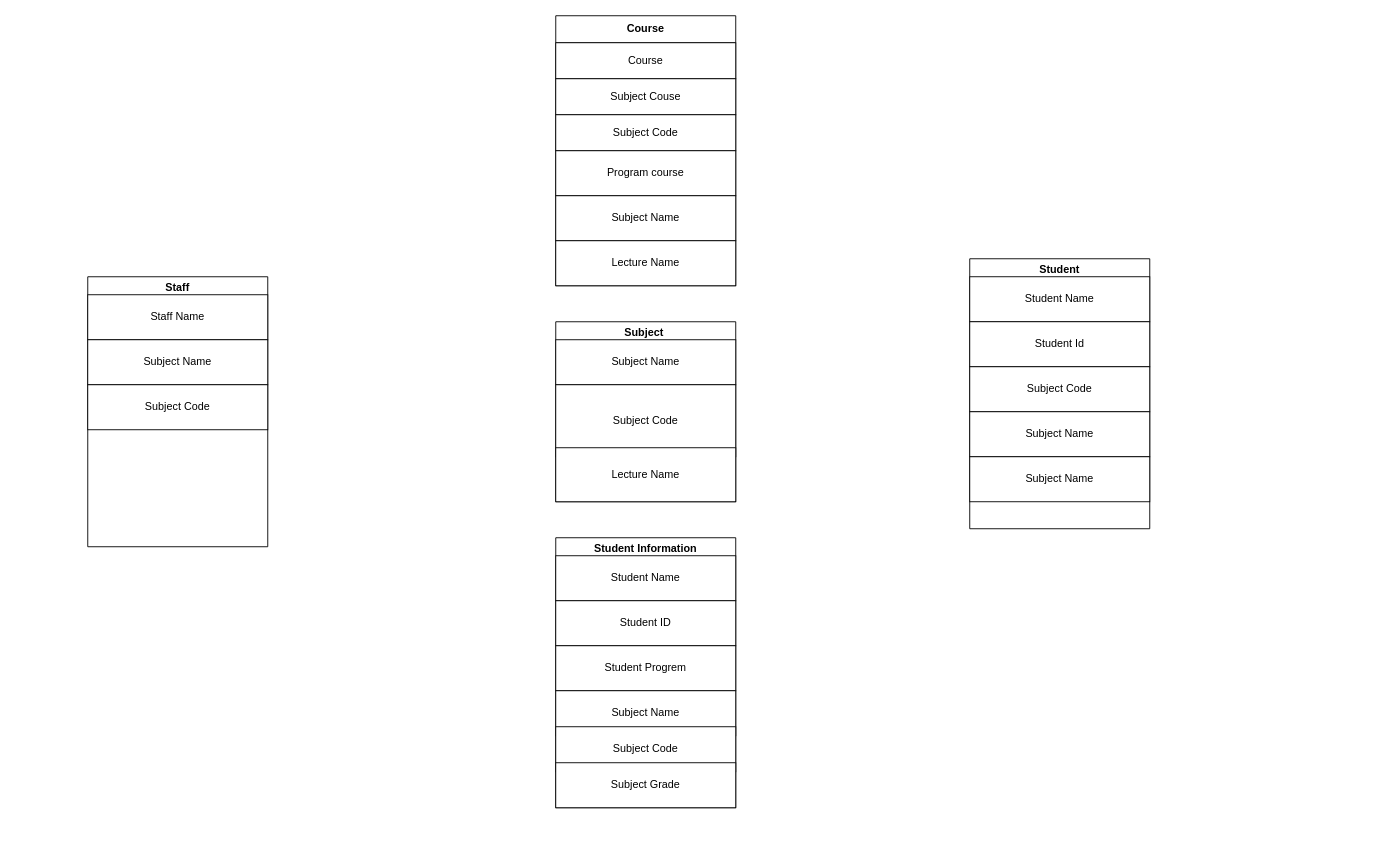
The draw.io diagram Untitled Diagram.drawio in enchee123/potential-octo-guacamole, before the edit. Source tidied: cells renumbered, new cells numbered last; positions are measured from the earlier drawing's top-left corner, leaving out a move shared by most shapes. Both pictures are drawn from the tidied source at 90%, with x=0, y=0 at pixel (87, 15).
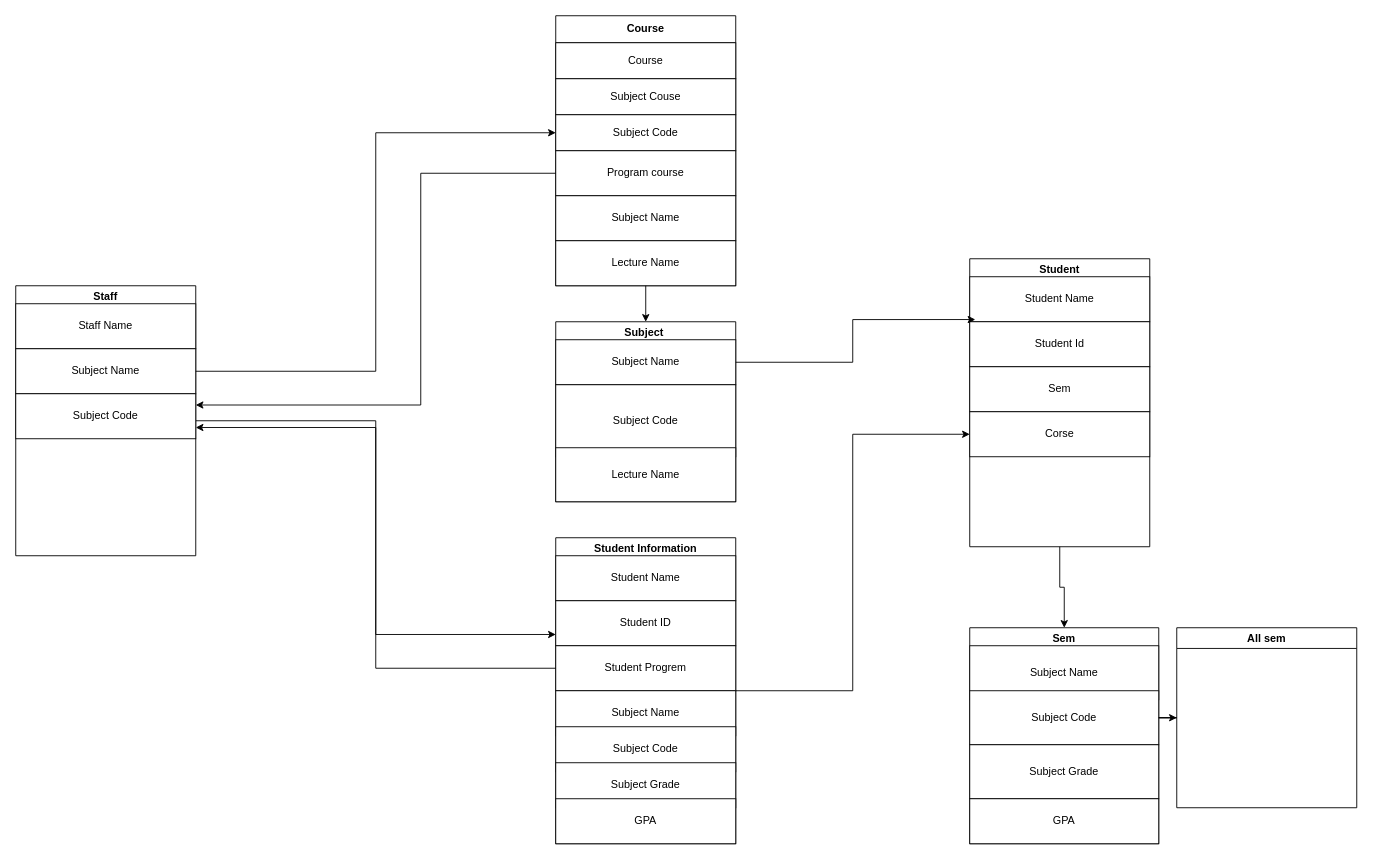
The same page after the edit.

The change refers to these unchanged cells:
```xml
<mxCell id="5" value="Subject Code" style="rounded=0;whiteSpace=wrap;html=1;" parent="2" vertex="1">
  <mxGeometry y="110" width="200" height="40" as="geometry" />
</mxCell>
<mxCell id="6" value="Program course" style="rounded=0;whiteSpace=wrap;html=1;" parent="2" vertex="1">
  <mxGeometry y="150" width="200" height="50" as="geometry" />
</mxCell>
<mxCell id="8" value="Lecture Name" style="rounded=0;whiteSpace=wrap;html=1;" parent="2" vertex="1">
  <mxGeometry y="250" width="200" height="50" as="geometry" />
</mxCell>
<mxCell id="9" value="Subject&amp;nbsp;" style="swimlane;whiteSpace=wrap;html=1;" parent="1" vertex="1">
  <mxGeometry x="520" y="340" width="200" height="200" as="geometry" />
</mxCell>
<mxCell id="10" value="Subject Name" style="rounded=0;whiteSpace=wrap;html=1;" parent="9" vertex="1">
  <mxGeometry y="20" width="200" height="50" as="geometry" />
</mxCell>
<mxCell id="15" value="Student ID" style="rounded=0;whiteSpace=wrap;html=1;" parent="13" vertex="1">
  <mxGeometry y="70" width="200" height="50" as="geometry" />
</mxCell>
<mxCell id="16" value="Student Progrem" style="rounded=0;whiteSpace=wrap;html=1;" parent="13" vertex="1">
  <mxGeometry y="120" width="200" height="50" as="geometry" />
</mxCell>
<mxCell id="22" value="Subject Name" style="rounded=0;whiteSpace=wrap;html=1;" parent="20" vertex="1">
  <mxGeometry y="70" width="200" height="50" as="geometry" />
</mxCell>
<mxCell id="23" value="Subject Code" style="rounded=0;whiteSpace=wrap;html=1;" parent="20" vertex="1">
  <mxGeometry y="120" width="200" height="50" as="geometry" />
</mxCell>
<mxCell id="26" value="Student Id" style="rounded=0;whiteSpace=wrap;html=1;" parent="24" vertex="1">
  <mxGeometry y="70" width="200" height="50" as="geometry" />
</mxCell>
```

What changed in the source:
```diff
@@
+    <mxCell id="30" style="edgeStyle=orthogonalEdgeStyle;rounded=0;jettySize=auto;html=1;entryX=0;entryY=0.5;entryDx=0;entryDy=0;" parent="1" edge="1" source="13" target="28">
+      <mxGeometry relative="1" as="geometry" />
+    </mxCell>
     <mxCell id="13" value="Student Information" style="swimlane;whiteSpace=wrap;html=1;" parent="1" vertex="1">
-      <mxGeometry x="520" y="580" width="200" height="300" as="geometry" />
+      <mxGeometry x="520" y="580" width="200" height="340" as="geometry" />
     </mxCell>
@@
+    <mxCell id="31" value="GPA" style="rounded=0;whiteSpace=wrap;html=1;" parent="13" vertex="1">
+      <mxGeometry y="290" width="200" height="50" as="geometry" />
+    </mxCell>
+    <mxCell id="32" style="edgeStyle=orthogonalEdgeStyle;rounded=0;jettySize=auto;html=1;entryX=0;entryY=0.75;entryDx=0;entryDy=0;" parent="1" edge="1" source="20" target="15">
+      <mxGeometry relative="1" as="geometry" />
+    </mxCell>
     <mxCell id="20" value="Staff" style="swimlane;whiteSpace=wrap;html=1;" parent="1" vertex="1">
-      <mxGeometry y="290" width="200" height="300" as="geometry" />
+      <mxGeometry x="-80" y="300" width="200" height="300" as="geometry" />
     </mxCell>
@@
+    <mxCell id="33" style="edgeStyle=orthogonalEdgeStyle;rounded=0;jettySize=auto;html=1;" parent="1" edge="1" source="24" target="37">
+      <mxGeometry relative="1" as="geometry" />
+    </mxCell>
     <mxCell id="24" value="Student" style="swimlane;whiteSpace=wrap;html=1;" parent="1" vertex="1">
-      <mxGeometry x="980" y="270" width="200" height="300" as="geometry" />
+      <mxGeometry x="980" y="270" width="200" height="320" as="geometry" />
     </mxCell>
@@
-    <mxCell id="27" value="Subject Code" style="rounded=0;whiteSpace=wrap;html=1;" parent="24" vertex="1">
+    <mxCell id="27" value="Sem" style="rounded=0;whiteSpace=wrap;html=1;" parent="24" vertex="1">
       <mxGeometry y="120" width="200" height="50" as="geometry" />
     </mxCell>
-    <mxCell id="28" value="Subject Name" style="rounded=0;whiteSpace=wrap;html=1;" parent="24" vertex="1">
+    <mxCell id="28" value="Corse" style="rounded=0;whiteSpace=wrap;html=1;" parent="24" vertex="1">
       <mxGeometry y="170" width="200" height="50" as="geometry" />
     </mxCell>
+    <mxCell id="34" style="edgeStyle=orthogonalEdgeStyle;rounded=0;jettySize=auto;html=1;entryX=0;entryY=0.5;entryDx=0;entryDy=0;" parent="1" edge="1" source="22" target="5">
+      <mxGeometry relative="1" as="geometry" />
+    </mxCell>
+    <mxCell id="35" style="edgeStyle=orthogonalEdgeStyle;rounded=0;jettySize=auto;html=1;entryX=0.5;entryY=0;entryDx=0;entryDy=0;" parent="1" edge="1" source="8" target="9">
+      <mxGeometry relative="1" as="geometry" />
+    </mxCell>
+    <mxCell id="36" style="edgeStyle=orthogonalEdgeStyle;rounded=0;jettySize=auto;html=1;entryX=0.031;entryY=-0.049;entryDx=0;entryDy=0;entryPerimeter=0;" parent="1" edge="1" source="10" target="26">
+      <mxGeometry relative="1" as="geometry" />
+    </mxCell>
+    <mxCell id="37" value="Sem" style="swimlane;whiteSpace=wrap;html=1;" parent="1" vertex="1">
+      <mxGeometry x="980" y="680" width="210" height="240" as="geometry" />
+    </mxCell>
-    <mxCell id="29" value="Subject Name" style="rounded=0;whiteSpace=wrap;html=1;" parent="24" vertex="1">
-      <mxGeometry y="220" width="200" height="50" as="geometry" />
+    <mxCell id="29" value="Subject Name" style="rounded=0;whiteSpace=wrap;html=1;" parent="37" vertex="1">
+      <mxGeometry y="20" width="210" height="60" as="geometry" />
     </mxCell>
+    <mxCell id="38" value="Subject Code" style="rounded=0;whiteSpace=wrap;html=1;" parent="37" vertex="1">
+      <mxGeometry y="70" width="210" height="60" as="geometry" />
+    </mxCell>
+    <mxCell id="39" value="Subject Grade" style="rounded=0;whiteSpace=wrap;html=1;" parent="37" vertex="1">
+      <mxGeometry y="130" width="210" height="60" as="geometry" />
+    </mxCell>
+    <mxCell id="40" value="GPA" style="rounded=0;whiteSpace=wrap;html=1;" parent="37" vertex="1">
+      <mxGeometry y="190" width="210" height="50" as="geometry" />
+    </mxCell>
+    <mxCell id="41" value="All sem" style="swimlane;whiteSpace=wrap;html=1;" parent="1" vertex="1">
+      <mxGeometry x="1210" y="680" width="200" height="200" as="geometry" />
+    </mxCell>
+    <mxCell id="42" style="edgeStyle=orthogonalEdgeStyle;rounded=0;jettySize=auto;html=1;" parent="1" edge="1" source="38" target="41">
+      <mxGeometry relative="1" as="geometry" />
+    </mxCell>
+    <mxCell id="43" style="edgeStyle=orthogonalEdgeStyle;rounded=0;jettySize=auto;html=1;exitX=0;exitY=0.5;exitDx=0;exitDy=0;entryX=1;entryY=0.75;entryDx=0;entryDy=0;" parent="1" edge="1" source="16" target="23">
+      <mxGeometry relative="1" as="geometry" />
+    </mxCell>
+    <mxCell id="44" style="edgeStyle=orthogonalEdgeStyle;rounded=0;jettySize=auto;html=1;exitX=0;exitY=0.5;exitDx=0;exitDy=0;entryX=1;entryY=0.25;entryDx=0;entryDy=0;" parent="1" edge="1" source="6" target="23">
+      <mxGeometry relative="1" as="geometry">
+        <Array as="points">
+          <mxPoint x="370" y="175" />
+          <mxPoint x="370" y="433" />
+        </Array>
+      </mxGeometry>
+    </mxCell>
```
